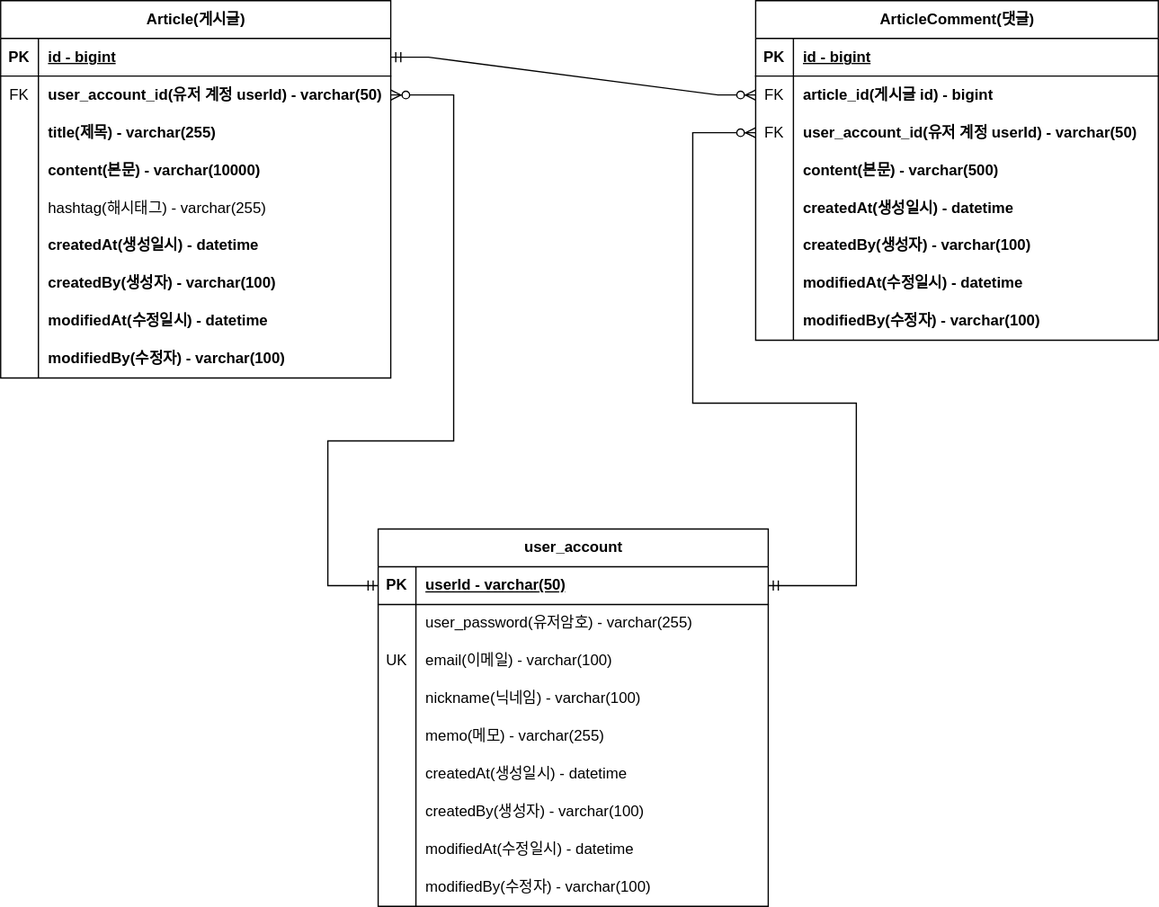
seongjin-an/project-board keeps this draw.io diagram as document/project-board-erd.svg. Above is the earlier version. Source tidied: cells renumbered, new cells last; positions are measured from the earlier drawing's top-left corner, leaving out a move shared by most shapes.
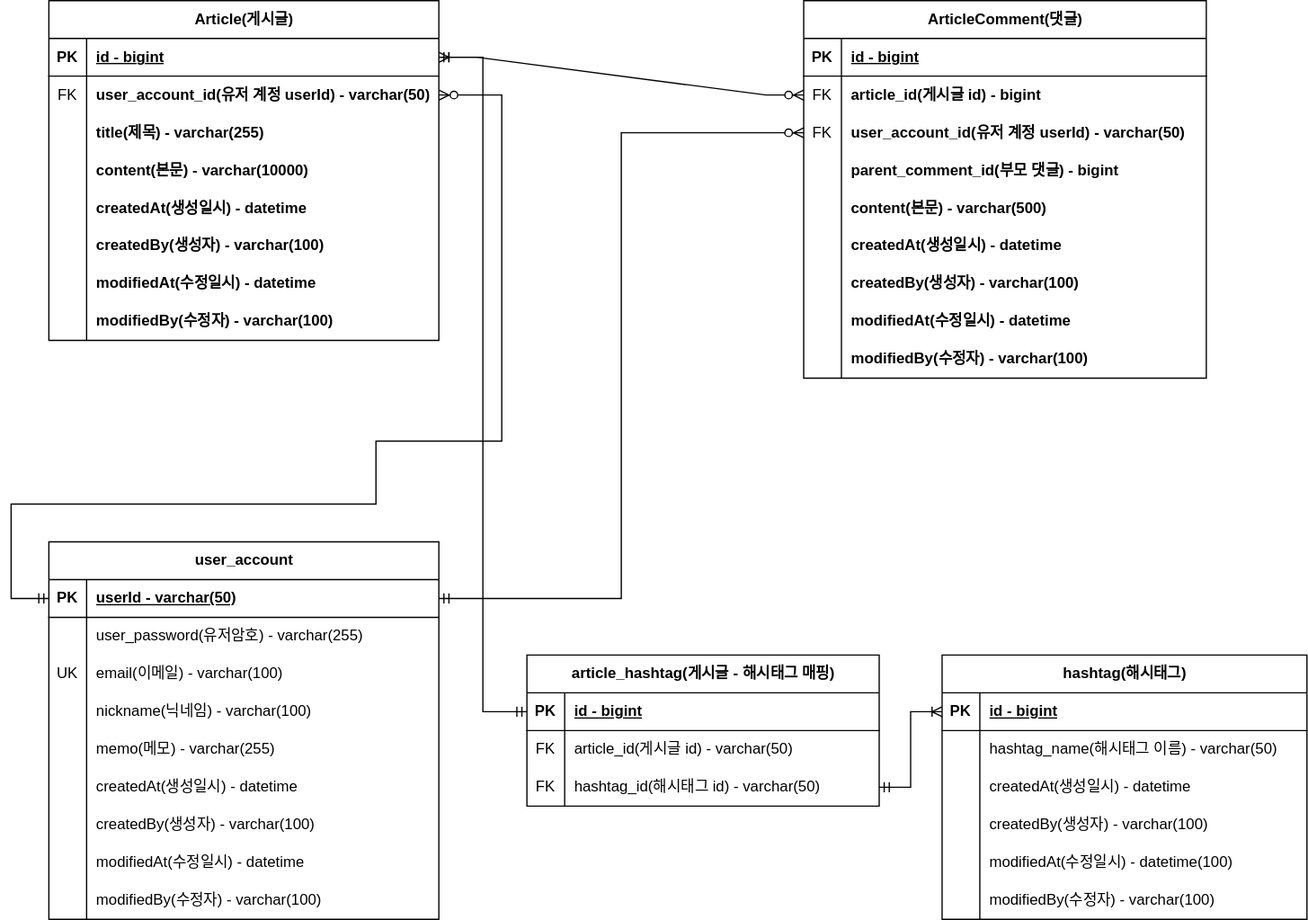
Later version of the same file.

Diff of the diagram source:
```diff
@@ -3,7 +3,7 @@
     <mxCell id="0" />
     <mxCell id="1" parent="0" />
     <mxCell id="2" value="Article(게시글)" style="shape=table;startSize=30;rowLines=0;fontStyle=1;align=center;html=1;" parent="1" vertex="1">
-      <mxGeometry width="310" height="300" as="geometry" />
+      <mxGeometry width="310" height="270" as="geometry" />
     </mxCell>
     <mxCell id="3" style="shape=tableRow;horizontal=0;startSize=0;swimlaneHead=0;swimlaneBody=0;fillColor=none;points=[[0,0.5],[1,0.5]];portConstraint=eastwest;top=0;left=0;right=0;bottom=1;" parent="2" vertex="1">
       <mxGeometry y="30" width="310" height="30" as="geometry" />
@@ -41,17 +41,8 @@
     <mxCell id="14" value="content(본문) - varchar(10000)" style="shape=partialRectangle;fillColor=none;top=0;left=0;bottom=0;right=0;align=left;spacingLeft=6;overflow=hidden;whiteSpace=wrap;html=1;fontStyle=1;" parent="12" vertex="1">
       <mxGeometry x="30" width="280" height="30" as="geometry" />
     </mxCell>
-    <mxCell id="15" style="shape=tableRow;horizontal=0;startSize=0;swimlaneHead=0;swimlaneBody=0;fillColor=none;top=0;left=0;right=0;bottom=0;" parent="2" vertex="1">
-      <mxGeometry y="150" width="310" height="30" as="geometry" />
-    </mxCell>
-    <mxCell id="16" style="shape=partialRectangle;fillColor=none;top=0;left=0;bottom=0;right=0;overflow=hidden;whiteSpace=wrap;html=1;" parent="15" vertex="1">
-      <mxGeometry width="30" height="30" as="geometry" />
-    </mxCell>
-    <mxCell id="17" value="hashtag(해시태그) - varchar(255)" style="shape=partialRectangle;fillColor=none;top=0;left=0;bottom=0;right=0;align=left;spacingLeft=6;overflow=hidden;whiteSpace=wrap;html=1;" parent="15" vertex="1">
-      <mxGeometry x="30" width="280" height="30" as="geometry" />
-    </mxCell>
     <mxCell id="18" style="shape=tableRow;horizontal=0;startSize=0;swimlaneHead=0;swimlaneBody=0;fillColor=none;top=0;left=0;right=0;bottom=0;" parent="2" vertex="1">
-      <mxGeometry y="180" width="310" height="30" as="geometry" />
+      <mxGeometry y="150" width="310" height="30" as="geometry" />
     </mxCell>
     <mxCell id="19" style="shape=partialRectangle;fillColor=none;top=0;left=0;bottom=0;right=0;overflow=hidden;whiteSpace=wrap;html=1;" parent="18" vertex="1">
       <mxGeometry width="30" height="30" as="geometry" />
@@ -60,7 +51,7 @@
       <mxGeometry x="30" width="280" height="30" as="geometry" />
     </mxCell>
     <mxCell id="21" style="shape=tableRow;horizontal=0;startSize=0;swimlaneHead=0;swimlaneBody=0;fillColor=none;top=0;left=0;right=0;bottom=0;" parent="2" vertex="1">
-      <mxGeometry y="210" width="310" height="30" as="geometry" />
+      <mxGeometry y="180" width="310" height="30" as="geometry" />
     </mxCell>
     <mxCell id="22" style="shape=partialRectangle;fillColor=none;top=0;left=0;bottom=0;right=0;overflow=hidden;whiteSpace=wrap;html=1;" parent="21" vertex="1">
       <mxGeometry width="30" height="30" as="geometry" />
@@ -69,7 +60,7 @@
       <mxGeometry x="30" width="280" height="30" as="geometry" />
     </mxCell>
     <mxCell id="24" style="shape=tableRow;horizontal=0;startSize=0;swimlaneHead=0;swimlaneBody=0;fillColor=none;top=0;left=0;right=0;bottom=0;" parent="2" vertex="1">
-      <mxGeometry y="240" width="310" height="30" as="geometry" />
+      <mxGeometry y="210" width="310" height="30" as="geometry" />
     </mxCell>
     <mxCell id="25" style="shape=partialRectangle;fillColor=none;top=0;left=0;bottom=0;right=0;overflow=hidden;whiteSpace=wrap;html=1;" parent="24" vertex="1">
       <mxGeometry width="30" height="30" as="geometry" />
@@ -78,7 +69,7 @@
       <mxGeometry x="30" width="280" height="30" as="geometry" />
     </mxCell>
     <mxCell id="27" style="shape=tableRow;horizontal=0;startSize=0;swimlaneHead=0;swimlaneBody=0;fillColor=none;top=0;left=0;right=0;bottom=0;" parent="2" vertex="1">
-      <mxGeometry y="270" width="310" height="30" as="geometry" />
+      <mxGeometry y="240" width="310" height="30" as="geometry" />
     </mxCell>
     <mxCell id="28" style="shape=partialRectangle;fillColor=none;top=0;left=0;bottom=0;right=0;overflow=hidden;whiteSpace=wrap;html=1;" parent="27" vertex="1">
       <mxGeometry width="30" height="30" as="geometry" />
@@ -87,7 +78,7 @@
       <mxGeometry x="30" width="280" height="30" as="geometry" />
     </mxCell>
     <mxCell id="30" value="ArticleComment(댓글)" style="shape=table;startSize=30;rowLines=0;fontStyle=1;align=center;html=1;" parent="1" vertex="1">
-      <mxGeometry x="600" width="320" height="270" as="geometry" />
+      <mxGeometry x="600" width="320" height="300" as="geometry" />
     </mxCell>
     <mxCell id="31" style="shape=tableRow;horizontal=0;startSize=0;swimlaneHead=0;swimlaneBody=0;fillColor=none;top=0;left=0;right=0;bottom=1;" parent="30" vertex="1">
       <mxGeometry y="30" width="320" height="30" as="geometry" />
@@ -116,8 +107,17 @@
     <mxCell id="39" value="user_account_id(유저 계정 userId) - varchar(50)" style="shape=partialRectangle;fillColor=none;top=0;left=0;bottom=0;right=0;align=left;spacingLeft=6;overflow=hidden;whiteSpace=wrap;html=1;fontStyle=1;" parent="37" vertex="1">
       <mxGeometry x="30" width="290" height="30" as="geometry" />
     </mxCell>
+    <mxCell id="86" style="shape=tableRow;horizontal=0;startSize=0;swimlaneHead=0;swimlaneBody=0;fillColor=none;top=0;left=0;right=0;bottom=0;" parent="30" vertex="1">
+      <mxGeometry y="120" width="320" height="30" as="geometry" />
+    </mxCell>
+    <mxCell id="87" style="shape=partialRectangle;fillColor=none;top=0;left=0;bottom=0;right=0;overflow=hidden;whiteSpace=wrap;html=1;" parent="86" vertex="1">
+      <mxGeometry width="30" height="30" as="geometry" />
+    </mxCell>
+    <mxCell id="88" value="parent_comment_id(부모 댓글) - bigint" style="shape=partialRectangle;fillColor=none;top=0;left=0;bottom=0;right=0;align=left;spacingLeft=6;overflow=hidden;whiteSpace=wrap;html=1;fontStyle=1;" parent="86" vertex="1">
+      <mxGeometry x="30" width="290" height="30" as="geometry" />
+    </mxCell>
     <mxCell id="40" style="shape=tableRow;horizontal=0;startSize=0;swimlaneHead=0;swimlaneBody=0;fillColor=none;top=0;left=0;right=0;bottom=0;" parent="30" vertex="1">
-      <mxGeometry y="120" width="320" height="30" as="geometry" />
+      <mxGeometry y="150" width="320" height="30" as="geometry" />
     </mxCell>
     <mxCell id="41" style="shape=partialRectangle;fillColor=none;top=0;left=0;bottom=0;right=0;overflow=hidden;whiteSpace=wrap;html=1;" parent="40" vertex="1">
       <mxGeometry width="30" height="30" as="geometry" />
@@ -126,7 +126,7 @@
       <mxGeometry x="30" width="290" height="30" as="geometry" />
     </mxCell>
     <mxCell id="43" style="shape=tableRow;horizontal=0;startSize=0;swimlaneHead=0;swimlaneBody=0;fillColor=none;top=0;left=0;right=0;bottom=0;" parent="30" vertex="1">
-      <mxGeometry y="150" width="320" height="30" as="geometry" />
+      <mxGeometry y="180" width="320" height="30" as="geometry" />
     </mxCell>
     <mxCell id="44" style="shape=partialRectangle;fillColor=none;top=0;left=0;bottom=0;right=0;overflow=hidden;whiteSpace=wrap;html=1;" parent="43" vertex="1">
       <mxGeometry width="30" height="30" as="geometry" />
@@ -135,7 +135,7 @@
       <mxGeometry x="30" width="290" height="30" as="geometry" />
     </mxCell>
     <mxCell id="46" style="shape=tableRow;horizontal=0;startSize=0;swimlaneHead=0;swimlaneBody=0;fillColor=none;top=0;left=0;right=0;bottom=0;" parent="30" vertex="1">
-      <mxGeometry y="180" width="320" height="30" as="geometry" />
+      <mxGeometry y="210" width="320" height="30" as="geometry" />
     </mxCell>
     <mxCell id="47" style="shape=partialRectangle;fillColor=none;top=0;left=0;bottom=0;right=0;overflow=hidden;whiteSpace=wrap;html=1;" parent="46" vertex="1">
       <mxGeometry width="30" height="30" as="geometry" />
@@ -144,7 +144,7 @@
       <mxGeometry x="30" width="290" height="30" as="geometry" />
     </mxCell>
     <mxCell id="49" style="shape=tableRow;horizontal=0;startSize=0;swimlaneHead=0;swimlaneBody=0;fillColor=none;top=0;left=0;right=0;bottom=0;" parent="30" vertex="1">
-      <mxGeometry y="210" width="320" height="30" as="geometry" />
+      <mxGeometry y="240" width="320" height="30" as="geometry" />
     </mxCell>
     <mxCell id="50" style="shape=partialRectangle;fillColor=none;top=0;left=0;bottom=0;right=0;overflow=hidden;whiteSpace=wrap;html=1;" parent="49" vertex="1">
       <mxGeometry width="30" height="30" as="geometry" />
@@ -153,7 +153,7 @@
       <mxGeometry x="30" width="290" height="30" as="geometry" />
     </mxCell>
     <mxCell id="52" style="shape=tableRow;horizontal=0;startSize=0;swimlaneHead=0;swimlaneBody=0;fillColor=none;top=0;left=0;right=0;bottom=0;" parent="30" vertex="1">
-      <mxGeometry y="240" width="320" height="30" as="geometry" />
+      <mxGeometry y="270" width="320" height="30" as="geometry" />
     </mxCell>
     <mxCell id="53" style="shape=partialRectangle;fillColor=none;top=0;left=0;bottom=0;right=0;overflow=hidden;whiteSpace=wrap;html=1;" parent="52" vertex="1">
       <mxGeometry width="30" height="30" as="geometry" />
@@ -169,7 +169,7 @@
       </mxGeometry>
     </mxCell>
     <mxCell id="56" value="user_account" style="shape=table;startSize=30;rowLines=0;fontStyle=1;align=center;html=1;" parent="1" vertex="1">
-      <mxGeometry x="300" y="420" width="310" height="300" as="geometry" />
+      <mxGeometry y="430" width="310" height="300" as="geometry" />
     </mxCell>
     <mxCell id="57" style="shape=tableRow;horizontal=0;startSize=0;swimlaneHead=0;swimlaneBody=0;fillColor=none;points=[[0,0.5],[1,0.5]];portConstraint=eastwest;top=0;left=0;right=0;bottom=1;" parent="56" vertex="1">
       <mxGeometry y="30" width="310" height="30" as="geometry" />
@@ -255,22 +255,110 @@
     <mxCell id="84" style="edgeStyle=orthogonalEdgeStyle;fontSize=12;html=1;endArrow=ERzeroToMany;startArrow=ERmandOne;jumpStyle=none;rounded=0;entryX=1;entryY=0.5;entryDx=0;entryDy=0;exitX=0;exitY=0.5;exitDx=0;exitDy=0;" parent="1" edge="1" source="57" target="6">
       <mxGeometry relative="1" as="geometry">
         <Array as="points">
-          <mxPoint x="260" y="465" />
+          <mxPoint x="-30" y="475" />
+          <mxPoint x="-30" y="400" />
+          <mxPoint x="260" y="400" />
           <mxPoint x="260" y="350" />
           <mxPoint x="360" y="350" />
           <mxPoint x="360" y="75" />
         </Array>
       </mxGeometry>
     </mxCell>
+    <mxCell id="89" value="article_hashtag(게시글 - 해시태그 매핑)" style="shape=table;startSize=30;rowLines=0;fontStyle=1;align=center;html=1;" parent="1" vertex="1">
+      <mxGeometry x="380" y="520" width="280" height="120" as="geometry" />
+    </mxCell>
+    <mxCell id="90" style="shape=tableRow;horizontal=0;startSize=0;swimlaneHead=0;swimlaneBody=0;fillColor=none;points=[[0,0.5],[1,0.5]];portConstraint=eastwest;top=0;left=0;right=0;bottom=1;" parent="89" vertex="1">
+      <mxGeometry y="30" width="280" height="30" as="geometry" />
+    </mxCell>
+    <mxCell id="91" value="PK" style="shape=partialRectangle;fillColor=none;top=0;left=0;bottom=0;right=0;fontStyle=1;overflow=hidden;whiteSpace=wrap;html=1;" parent="90" vertex="1">
+      <mxGeometry width="30" height="30" as="geometry" />
+    </mxCell>
+    <mxCell id="92" value="id - bigint" style="shape=partialRectangle;fillColor=none;top=0;left=0;bottom=0;right=0;align=left;spacingLeft=6;fontStyle=5;overflow=hidden;whiteSpace=wrap;html=1;" parent="90" vertex="1">
+      <mxGeometry x="30" width="250" height="30" as="geometry" />
+    </mxCell>
+    <mxCell id="93" style="shape=tableRow;horizontal=0;startSize=0;swimlaneHead=0;swimlaneBody=0;fillColor=none;top=0;left=0;right=0;bottom=0;" parent="89" vertex="1">
+      <mxGeometry y="60" width="280" height="30" as="geometry" />
+    </mxCell>
+    <mxCell id="94" value="FK" style="shape=partialRectangle;fillColor=none;top=0;left=0;bottom=0;right=0;overflow=hidden;whiteSpace=wrap;html=1;" parent="93" vertex="1">
+      <mxGeometry width="30" height="30" as="geometry" />
+    </mxCell>
+    <mxCell id="95" value="article_id(게시글 id) - varchar(50)" style="shape=partialRectangle;fillColor=none;top=0;left=0;bottom=0;right=0;align=left;spacingLeft=6;overflow=hidden;whiteSpace=wrap;html=1;" parent="93" vertex="1">
+      <mxGeometry x="30" width="250" height="30" as="geometry" />
+    </mxCell>
+    <mxCell id="96" style="shape=tableRow;horizontal=0;startSize=0;swimlaneHead=0;swimlaneBody=0;fillColor=none;points=[[0,0.5],[1,0.5]];portConstraint=eastwest;top=0;left=0;right=0;bottom=0;" parent="89" vertex="1">
+      <mxGeometry y="90" width="280" height="30" as="geometry" />
+    </mxCell>
+    <mxCell id="97" value="FK" style="shape=partialRectangle;fillColor=none;top=0;left=0;bottom=0;right=0;overflow=hidden;whiteSpace=wrap;html=1;" parent="96" vertex="1">
+      <mxGeometry width="30" height="30" as="geometry" />
+    </mxCell>
+    <mxCell id="98" value="hashtag_id(해시태그 id) - varchar(50)" style="shape=partialRectangle;fillColor=none;top=0;left=0;bottom=0;right=0;align=left;spacingLeft=6;overflow=hidden;whiteSpace=wrap;html=1;" parent="96" vertex="1">
+      <mxGeometry x="30" width="250" height="30" as="geometry" />
+    </mxCell>
+    <mxCell id="99" style="edgeStyle=orthogonalEdgeStyle;fontSize=12;html=1;endArrow=ERoneToMany;startArrow=ERmandOne;rounded=0;exitX=0;exitY=0.5;exitDx=0;exitDy=0;entryX=1;entryY=0.5;entryDx=0;entryDy=0;" parent="1" edge="1" source="90" target="3">
+      <mxGeometry relative="1" as="geometry" />
+    </mxCell>
-    <mxCell id="85" style="edgeStyle=orthogonalEdgeStyle;fontSize=12;html=1;endArrow=ERzeroToMany;startArrow=ERmandOne;jumpStyle=none;rounded=0;entryX=0;entryY=0.5;entryDx=0;entryDy=0;exitX=1;exitY=0.5;exitDx=0;exitDy=0;" parent="1" edge="1" source="57" target="37">
-      <mxGeometry relative="1" as="geometry">
-        <Array as="points">
-          <mxPoint x="680" y="465" />
-          <mxPoint x="680" y="320" />
-          <mxPoint x="550" y="320" />
-          <mxPoint x="550" y="105" />
-        </Array>
-      </mxGeometry>
+    <mxCell id="85" style="edgeStyle=orthogonalEdgeStyle;fontSize=12;html=1;endArrow=ERzeroToMany;startArrow=ERmandOne;rounded=0;entryX=0;entryY=0.5;entryDx=0;entryDy=0;exitX=1;exitY=0.5;exitDx=0;exitDy=0;" parent="1" edge="1" source="57" target="37">
+      <mxGeometry relative="1" as="geometry" />
     </mxCell>
+    <mxCell id="100" value="hashtag(해시태그)" style="shape=table;startSize=30;rowLines=0;fontStyle=1;align=center;html=1;" parent="1" vertex="1">
+      <mxGeometry x="710" y="520" width="290" height="210" as="geometry" />
+    </mxCell>
+    <mxCell id="101" style="shape=tableRow;horizontal=0;startSize=0;swimlaneHead=0;swimlaneBody=0;fillColor=none;points=[[0,0.5],[1,0.5]];portConstraint=eastwest;top=0;left=0;right=0;bottom=1;" parent="100" vertex="1">
+      <mxGeometry y="30" width="290" height="30" as="geometry" />
+    </mxCell>
+    <mxCell id="102" value="PK" style="shape=partialRectangle;fillColor=none;top=0;left=0;bottom=0;right=0;fontStyle=1;overflow=hidden;whiteSpace=wrap;html=1;" parent="101" vertex="1">
+      <mxGeometry width="30" height="30" as="geometry" />
+    </mxCell>
+    <mxCell id="103" value="id - bigint" style="shape=partialRectangle;fillColor=none;top=0;left=0;bottom=0;right=0;align=left;spacingLeft=6;fontStyle=5;overflow=hidden;whiteSpace=wrap;html=1;" parent="101" vertex="1">
+      <mxGeometry x="30" width="260" height="30" as="geometry" />
+    </mxCell>
+    <mxCell id="104" style="shape=tableRow;horizontal=0;startSize=0;swimlaneHead=0;swimlaneBody=0;fillColor=none;top=0;left=0;right=0;bottom=0;" parent="100" vertex="1">
+      <mxGeometry y="60" width="290" height="30" as="geometry" />
+    </mxCell>
+    <mxCell id="105" style="shape=partialRectangle;fillColor=none;top=0;left=0;bottom=0;right=0;overflow=hidden;whiteSpace=wrap;html=1;" parent="104" vertex="1">
+      <mxGeometry width="30" height="30" as="geometry" />
+    </mxCell>
+    <mxCell id="106" value="hashtag_name(해시태그 이름) - varchar(50)" style="shape=partialRectangle;fillColor=none;top=0;left=0;bottom=0;right=0;align=left;spacingLeft=6;overflow=hidden;whiteSpace=wrap;html=1;" parent="104" vertex="1">
+      <mxGeometry x="30" width="260" height="30" as="geometry" />
+    </mxCell>
+    <mxCell id="107" style="shape=tableRow;horizontal=0;startSize=0;swimlaneHead=0;swimlaneBody=0;fillColor=none;top=0;left=0;right=0;bottom=0;" parent="100" vertex="1">
+      <mxGeometry y="90" width="290" height="30" as="geometry" />
+    </mxCell>
+    <mxCell id="108" style="shape=partialRectangle;fillColor=none;top=0;left=0;bottom=0;right=0;overflow=hidden;whiteSpace=wrap;html=1;" parent="107" vertex="1">
+      <mxGeometry width="30" height="30" as="geometry" />
+    </mxCell>
+    <mxCell id="109" value="createdAt(생성일시) - datetime" style="shape=partialRectangle;fillColor=none;top=0;left=0;bottom=0;right=0;align=left;spacingLeft=6;overflow=hidden;whiteSpace=wrap;html=1;" parent="107" vertex="1">
+      <mxGeometry x="30" width="260" height="30" as="geometry" />
+    </mxCell>
+    <mxCell id="110" style="shape=tableRow;horizontal=0;startSize=0;swimlaneHead=0;swimlaneBody=0;fillColor=none;top=0;left=0;right=0;bottom=0;" parent="100" vertex="1">
+      <mxGeometry y="120" width="290" height="30" as="geometry" />
+    </mxCell>
+    <mxCell id="111" style="shape=partialRectangle;fillColor=none;top=0;left=0;bottom=0;right=0;overflow=hidden;whiteSpace=wrap;html=1;" parent="110" vertex="1">
+      <mxGeometry width="30" height="30" as="geometry" />
+    </mxCell>
+    <mxCell id="112" value="createdBy(생성자) - varchar(100)" style="shape=partialRectangle;fillColor=none;top=0;left=0;bottom=0;right=0;align=left;spacingLeft=6;overflow=hidden;whiteSpace=wrap;html=1;" parent="110" vertex="1">
+      <mxGeometry x="30" width="260" height="30" as="geometry" />
+    </mxCell>
+    <mxCell id="113" style="shape=tableRow;horizontal=0;startSize=0;swimlaneHead=0;swimlaneBody=0;fillColor=none;top=0;left=0;right=0;bottom=0;" parent="100" vertex="1">
+      <mxGeometry y="150" width="290" height="30" as="geometry" />
+    </mxCell>
+    <mxCell id="114" style="shape=partialRectangle;fillColor=none;top=0;left=0;bottom=0;right=0;overflow=hidden;whiteSpace=wrap;html=1;" parent="113" vertex="1">
+      <mxGeometry width="30" height="30" as="geometry" />
+    </mxCell>
+    <mxCell id="115" value="modifiedAt(수정일시) - datetime(100)" style="shape=partialRectangle;fillColor=none;top=0;left=0;bottom=0;right=0;align=left;spacingLeft=6;overflow=hidden;whiteSpace=wrap;html=1;" parent="113" vertex="1">
+      <mxGeometry x="30" width="260" height="30" as="geometry" />
+    </mxCell>
+    <mxCell id="116" style="shape=tableRow;horizontal=0;startSize=0;swimlaneHead=0;swimlaneBody=0;fillColor=none;top=0;left=0;right=0;bottom=0;" parent="100" vertex="1">
+      <mxGeometry y="180" width="290" height="30" as="geometry" />
+    </mxCell>
+    <mxCell id="117" style="shape=partialRectangle;fillColor=none;top=0;left=0;bottom=0;right=0;overflow=hidden;whiteSpace=wrap;html=1;" parent="116" vertex="1">
+      <mxGeometry width="30" height="30" as="geometry" />
+    </mxCell>
+    <mxCell id="118" value="modifiedBy(수정자) - varchar(100)" style="shape=partialRectangle;fillColor=none;top=0;left=0;bottom=0;right=0;align=left;spacingLeft=6;overflow=hidden;whiteSpace=wrap;html=1;" parent="116" vertex="1">
+      <mxGeometry x="30" width="260" height="30" as="geometry" />
+    </mxCell>
+    <mxCell id="119" style="edgeStyle=orthogonalEdgeStyle;fontSize=12;html=1;endArrow=ERoneToMany;startArrow=ERmandOne;rounded=0;entryX=0;entryY=0.5;entryDx=0;entryDy=0;" parent="1" edge="1" source="96" target="101">
+      <mxGeometry relative="1" as="geometry" />
+    </mxCell>
   </root>
 </mxGraphModel>
```
